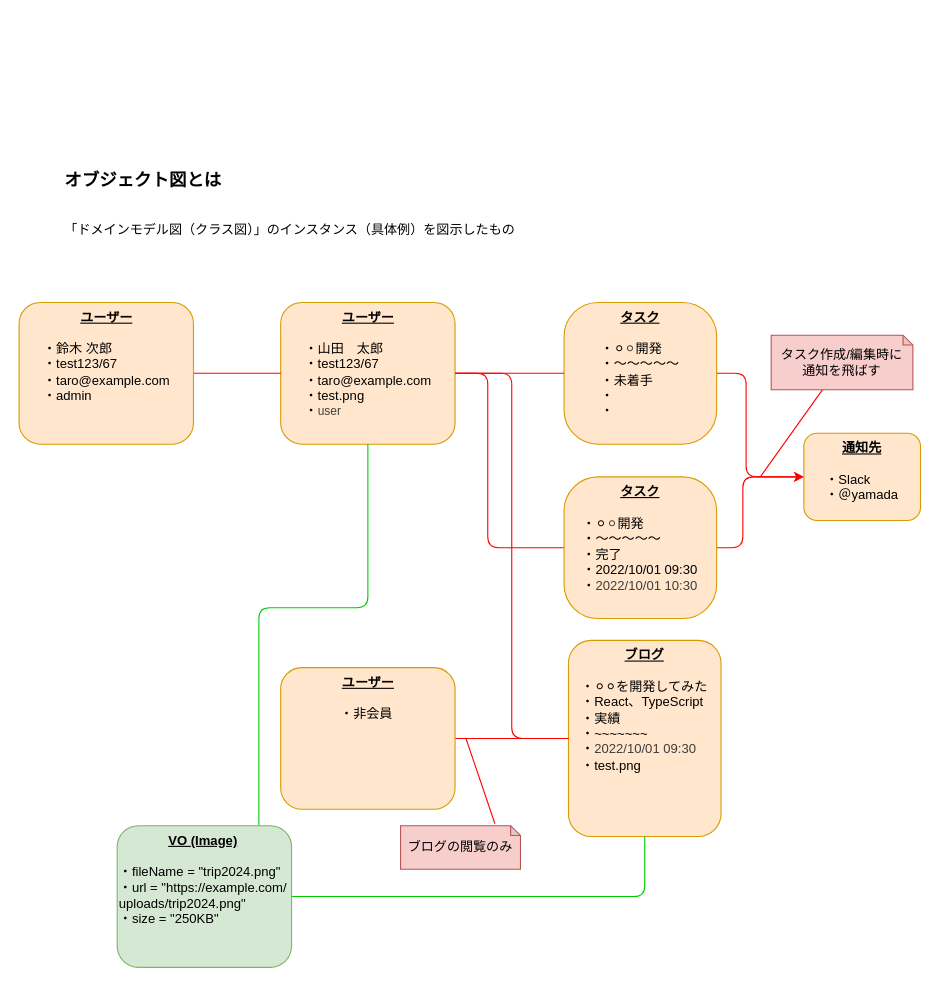
The draw.io diagram docs/オブジェクト図.drawio in nomin-sasabuchi/express-next-rest-api, before the edit. Source tidied: cells renumbered, new cells numbered last; positions are measured from the earlier drawing's top-left corner, leaving out a move shared by most shapes. Both pictures are drawn from the tidied source at 109%, with x=0, y=0 at pixel (19, 160).
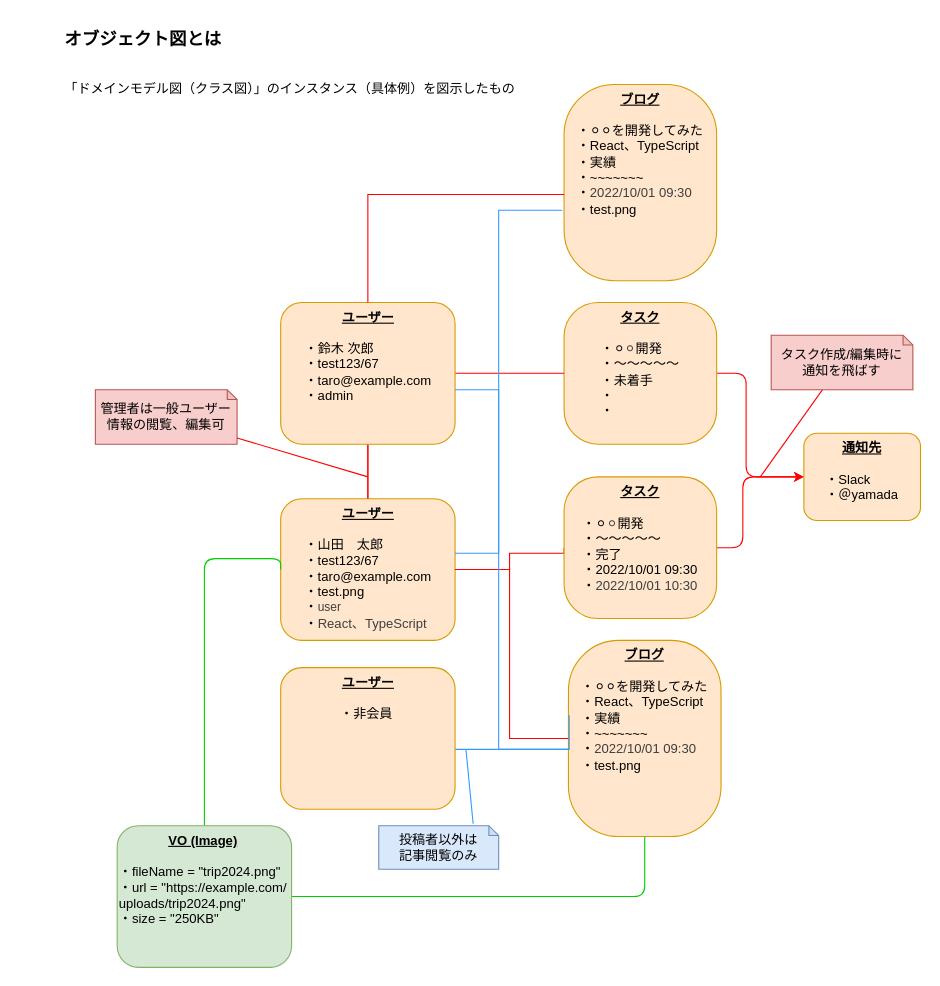
Above is the later version.

Unchanged cells that the change refers to:
```xml
<mxCell id="6" value="&lt;div style=&quot;&quot;&gt;&lt;b&gt;&lt;u&gt;タスク&lt;/u&gt;&lt;/b&gt;&lt;/div&gt;&lt;div&gt;&lt;b&gt;&lt;u&gt;&lt;br&gt;&lt;/u&gt;&lt;/b&gt;&lt;/div&gt;&lt;div style=&quot;text-align: left;&quot;&gt;・⚪︎&lt;span style=&quot;color: rgb(63, 63, 63); background-color: transparent;&quot;&gt;⚪︎&lt;/span&gt;&lt;span style=&quot;background-color: transparent;&quot;&gt;開発&lt;/span&gt;&lt;/div&gt;&lt;div style=&quot;text-align: left;&quot;&gt;・〜〜〜〜〜&lt;br&gt;・未着手&lt;br&gt;・&lt;br&gt;・&lt;/div&gt;" style="rounded=1;whiteSpace=wrap;html=1;verticalAlign=top;align=center;fillColor=#ffe6cc;strokeColor=#d79b00;labelBackgroundColor=none;arcSize=24;" parent="1" vertex="1">
  <mxGeometry x="500" y="130" width="140" height="130" as="geometry" />
</mxCell>
<mxCell id="11" value="&lt;div style=&quot;&quot;&gt;&lt;b&gt;&lt;u&gt;タスク&lt;/u&gt;&lt;/b&gt;&lt;/div&gt;&lt;div&gt;&lt;b&gt;&lt;u&gt;&lt;br&gt;&lt;/u&gt;&lt;/b&gt;&lt;/div&gt;&lt;div style=&quot;text-align: left;&quot;&gt;・⚪︎&lt;span style=&quot;color: rgb(63, 63, 63); background-color: transparent;&quot;&gt;⚪︎&lt;/span&gt;&lt;span style=&quot;background-color: transparent;&quot;&gt;開発&lt;/span&gt;&lt;/div&gt;&lt;div style=&quot;text-align: left;&quot;&gt;・〜〜〜〜〜&lt;br&gt;・完了&lt;br&gt;・2022/10/01 09:30&lt;br&gt;・&lt;span style=&quot;color: rgb(63, 63, 63); background-color: transparent;&quot;&gt;2022/10/01 10:30&lt;/span&gt;&lt;/div&gt;&lt;div&gt;&lt;div&gt;&lt;u&gt;&lt;b&gt;&lt;br&gt;&lt;/b&gt;&lt;/u&gt;&lt;/div&gt;&lt;/div&gt;" style="rounded=1;whiteSpace=wrap;html=1;verticalAlign=top;align=center;fillColor=#ffe6cc;strokeColor=#d79b00;labelBackgroundColor=none;arcSize=24;" parent="1" vertex="1">
  <mxGeometry x="500" y="290" width="140" height="130" as="geometry" />
</mxCell>
<mxCell id="15" value="&lt;div style=&quot;text-align: center;&quot;&gt;&lt;u style=&quot;background-color: transparent;&quot;&gt;&lt;b&gt;VO (Image)&lt;/b&gt;&lt;/u&gt;&lt;/div&gt;&lt;div style=&quot;text-align: center;&quot;&gt;&lt;b&gt;&lt;u&gt;&lt;br&gt;&lt;/u&gt;&lt;/b&gt;&lt;/div&gt;&lt;div style=&quot;&quot;&gt;・&lt;span style=&quot;background-color: transparent;&quot;&gt;fileName = &quot;trip2024.png&quot;&lt;/span&gt;&lt;/div&gt;&lt;div style=&quot;&quot;&gt;&lt;span style=&quot;background-color: transparent;&quot;&gt;・url = &quot;https://example.com/&lt;/span&gt;&lt;/div&gt;&lt;div style=&quot;&quot;&gt;&lt;span style=&quot;background-color: transparent;&quot;&gt;uploads/trip2024.png&quot;&lt;/span&gt;&lt;/div&gt;&lt;div style=&quot;&quot;&gt;・size = &quot;250KB&quot;&lt;/div&gt;" style="rounded=1;html=1;verticalAlign=top;align=left;fillColor=#d5e8d4;strokeColor=#82b366;horizontal=1;" parent="1" vertex="1">
  <mxGeometry x="90" y="610" width="160" height="130" as="geometry" />
</mxCell>
<mxCell id="19" value="&lt;div style=&quot;&quot;&gt;&lt;u style=&quot;background-color: transparent;&quot;&gt;&lt;b&gt;ユーザー&lt;/b&gt;&lt;/u&gt;&lt;/div&gt;&lt;div&gt;&lt;b&gt;&lt;u&gt;&lt;br&gt;&lt;/u&gt;&lt;/b&gt;&lt;/div&gt;&lt;div style=&quot;text-align: left;&quot;&gt;・非会員&lt;span style=&quot;font-size: 11px; text-wrap-mode: wrap; background-color: transparent;&quot;&gt;&amp;nbsp;&lt;/span&gt;&lt;/div&gt;&lt;div style=&quot;text-align: left;&quot;&gt;&lt;br&gt;&lt;/div&gt;&lt;div&gt;&lt;div&gt;&lt;u&gt;&lt;b&gt;&lt;br&gt;&lt;/b&gt;&lt;/u&gt;&lt;/div&gt;&lt;div&gt;&lt;u&gt;&lt;b&gt;&lt;br&gt;&lt;/b&gt;&lt;/u&gt;&lt;/div&gt;&lt;/div&gt;" style="rounded=1;html=1;verticalAlign=top;align=center;fillColor=#ffe6cc;strokeColor=#d79b00;" parent="1" vertex="1">
  <mxGeometry x="240" y="465" width="160" height="130" as="geometry" />
</mxCell>
```

What changed in the source:
```diff
@@
     <mxCell id="2" value="&lt;font style=&quot;font-size: 16px;&quot;&gt;&lt;b&gt;オブジェクト図とは&lt;/b&gt;&lt;/font&gt;&lt;div&gt;&lt;br&gt;&lt;br&gt;&lt;div&gt;「ドメインモデル図（クラス図）」のインスタンス（具体例）を図示したもの&lt;/div&gt;&lt;/div&gt;" style="text;html=1;align=left;verticalAlign=middle;strokeColor=none;fillColor=none;labelBorderColor=none;" parent="1" vertex="1">
-      <mxGeometry x="40" width="430" height="80" as="geometry" />
+      <mxGeometry x="40" y="-130" width="430" height="80" as="geometry" />
     </mxCell>
-    <mxCell id="3" style="edgeStyle=none;shape=connector;rounded=1;html=1;entryX=0;entryY=0.5;entryDx=0;entryDy=0;strokeColor=#FF0000;align=center;verticalAlign=middle;fontFamily=Helvetica;fontSize=11;fontColor=#FF0000;labelBackgroundColor=default;endArrow=none;endFill=0;" parent="1" edge="1" source="4" target="11">
+    <mxCell id="3" style="edgeStyle=orthogonalEdgeStyle;shape=connector;curved=0;rounded=0;html=1;entryX=0;entryY=0.5;entryDx=0;entryDy=0;strokeColor=#FF0000;align=center;verticalAlign=middle;fontFamily=Helvetica;fontSize=11;fontColor=#FF0000;labelBackgroundColor=default;endArrow=none;endFill=0;" parent="1" edge="1" source="4" target="11">
       <mxGeometry relative="1" as="geometry">
         <Array as="points">
-          <mxPoint x="430" y="195" />
-          <mxPoint x="430" y="355" />
+          <mxPoint x="450" y="375" />
+          <mxPoint x="450" y="360" />
+          <mxPoint x="500" y="360" />
         </Array>
       </mxGeometry>
     </mxCell>
+    <mxCell id="24" style="edgeStyle=orthogonalEdgeStyle;shape=connector;curved=0;rounded=0;html=1;strokeColor=#FF0000;align=center;verticalAlign=middle;fontFamily=Helvetica;fontSize=11;fontColor=#FF0000;labelBackgroundColor=default;endArrow=none;endFill=0;" parent="1" edge="1" source="4" target="17">
+      <mxGeometry relative="1" as="geometry" />
+    </mxCell>
-    <mxCell id="4" value="&lt;div style=&quot;&quot;&gt;&lt;u style=&quot;background-color: transparent;&quot;&gt;&lt;b&gt;ユーザー&lt;/b&gt;&lt;/u&gt;&lt;/div&gt;&lt;div&gt;&lt;b&gt;&lt;u&gt;&lt;br&gt;&lt;/u&gt;&lt;/b&gt;&lt;/div&gt;&lt;div style=&quot;text-align: left;&quot;&gt;・山田　太郎&lt;/div&gt;&lt;div style=&quot;text-align: left;&quot;&gt;・test123/67&lt;br&gt;・taro@example.com&lt;br&gt;・test.png&lt;/div&gt;&lt;div style=&quot;text-align: left;&quot;&gt;・&lt;span style=&quot;color: rgb(63, 63, 63); font-size: 11px; text-wrap-mode: wrap;&quot;&gt;user&amp;nbsp;&lt;/span&gt;&lt;br&gt;&lt;br&gt;&lt;/div&gt;&lt;div&gt;&lt;div&gt;&lt;u&gt;&lt;b&gt;&lt;br&gt;&lt;/b&gt;&lt;/u&gt;&lt;/div&gt;&lt;div&gt;&lt;u&gt;&lt;b&gt;&lt;br&gt;&lt;/b&gt;&lt;/u&gt;&lt;/div&gt;&lt;/div&gt;" style="rounded=1;html=1;verticalAlign=top;align=center;fillColor=#ffe6cc;strokeColor=#d79b00;" parent="1" vertex="1">
-      <mxGeometry x="240" y="130" width="160" height="130" as="geometry" />
+    <mxCell id="4" value="&lt;div style=&quot;&quot;&gt;&lt;u style=&quot;background-color: transparent;&quot;&gt;&lt;b&gt;ユーザー&lt;/b&gt;&lt;/u&gt;&lt;/div&gt;&lt;div&gt;&lt;b&gt;&lt;u&gt;&lt;br&gt;&lt;/u&gt;&lt;/b&gt;&lt;/div&gt;&lt;div style=&quot;text-align: left;&quot;&gt;・山田　太郎&lt;/div&gt;&lt;div style=&quot;text-align: left;&quot;&gt;・test123/67&lt;br&gt;・taro@example.com&lt;br&gt;・test.png&lt;/div&gt;&lt;div style=&quot;text-align: left;&quot;&gt;・&lt;span style=&quot;color: rgb(63, 63, 63); font-size: 11px; text-wrap-mode: wrap;&quot;&gt;user&amp;nbsp;&lt;br&gt;&lt;/span&gt;・&lt;span style=&quot;color: rgb(63, 63, 63); text-wrap-mode: wrap;&quot;&gt;React、TypeScript&lt;/span&gt;&lt;br&gt;&lt;br&gt;&lt;/div&gt;&lt;div&gt;&lt;div&gt;&lt;u&gt;&lt;b&gt;&lt;br&gt;&lt;/b&gt;&lt;/u&gt;&lt;/div&gt;&lt;div&gt;&lt;u&gt;&lt;b&gt;&lt;br&gt;&lt;/b&gt;&lt;/u&gt;&lt;/div&gt;&lt;/div&gt;" style="rounded=1;html=1;verticalAlign=top;align=center;fillColor=#ffe6cc;strokeColor=#d79b00;" parent="1" vertex="1">
+      <mxGeometry x="240" y="310" width="160" height="130" as="geometry" />
     </mxCell>
@@
-    <mxCell id="7" value="&lt;div style=&quot;&quot;&gt;&lt;b&gt;&lt;u&gt;ブログ&lt;/u&gt;&lt;/b&gt;&lt;/div&gt;&lt;div&gt;&lt;br&gt;&lt;/div&gt;&lt;div&gt;&lt;div style=&quot;text-align: left;&quot;&gt;・⚪︎⚪︎を開発してみた&lt;br&gt;・React、TypeScript&lt;br&gt;・実績&lt;br&gt;・~~~~~~~&lt;br&gt;・&lt;span style=&quot;color: rgb(63, 63, 63); background-color: transparent;&quot;&gt;2022/10/01 09:30&lt;/span&gt;&lt;/div&gt;&lt;/div&gt;&lt;div style=&quot;text-align: left;&quot;&gt;・test.png&lt;/div&gt;" style="rounded=1;whiteSpace=wrap;html=1;verticalAlign=top;align=center;fillColor=#ffe6cc;strokeColor=#d79b00;textShadow=0;" parent="1" vertex="1">
+    <mxCell id="7" value="&lt;div style=&quot;&quot;&gt;&lt;b&gt;&lt;u&gt;ブログ&lt;/u&gt;&lt;/b&gt;&lt;/div&gt;&lt;div&gt;&lt;br&gt;&lt;/div&gt;&lt;div&gt;&lt;div style=&quot;text-align: left;&quot;&gt;・⚪︎⚪︎を開発してみた&lt;br&gt;・React、TypeScript&lt;br&gt;・実績&lt;br&gt;・~~~~~~~&lt;br&gt;・&lt;span style=&quot;color: rgb(63, 63, 63); background-color: transparent;&quot;&gt;2022/10/01 09:30&lt;/span&gt;&lt;/div&gt;&lt;/div&gt;&lt;div style=&quot;text-align: left;&quot;&gt;・test.png&lt;/div&gt;" style="rounded=1;whiteSpace=wrap;html=1;verticalAlign=top;align=center;fillColor=#ffe6cc;strokeColor=#d79b00;textShadow=0;arcSize=33;" parent="1" vertex="1">
       <mxGeometry x="504" y="440" width="140" height="180" as="geometry" />
     </mxCell>
@@
-    <mxCell id="9" style="edgeStyle=none;html=1;fontColor=#FF0000;endArrow=none;endFill=0;strokeColor=#FF0000;" parent="1" edge="1" source="4" target="6">
-      <mxGeometry relative="1" as="geometry" />
-    </mxCell>
@@
-    <mxCell id="12" style="edgeStyle=orthogonalEdgeStyle;shape=connector;rounded=1;html=1;entryX=0;entryY=0.5;entryDx=0;entryDy=0;strokeColor=#FF0000;align=center;verticalAlign=middle;fontFamily=Helvetica;fontSize=11;fontColor=#FF0000;labelBackgroundColor=default;endArrow=none;endFill=0;" parent="1" edge="1" source="4" target="7">
-      <mxGeometry relative="1" as="geometry" />
+    <mxCell id="12" style="edgeStyle=orthogonalEdgeStyle;shape=connector;rounded=0;html=1;entryX=0;entryY=0.5;entryDx=0;entryDy=0;strokeColor=#FF0000;align=center;verticalAlign=middle;fontFamily=Helvetica;fontSize=11;fontColor=#FF0000;labelBackgroundColor=default;endArrow=none;endFill=0;curved=0;" parent="1" edge="1" source="4" target="7">
+      <mxGeometry relative="1" as="geometry">
+        <Array as="points">
+          <mxPoint x="450" y="375" />
+          <mxPoint x="450" y="530" />
+        </Array>
+      </mxGeometry>
     </mxCell>
@@
-    <mxCell id="14" style="edgeStyle=orthogonalEdgeStyle;shape=connector;rounded=1;html=1;entryX=0.5;entryY=1;entryDx=0;entryDy=0;strokeColor=#00CC00;align=center;verticalAlign=middle;fontFamily=Helvetica;fontSize=11;fontColor=#FF0000;labelBackgroundColor=default;endArrow=none;endFill=0;" parent="1" edge="1" source="15" target="4">
+    <mxCell id="14" style="edgeStyle=orthogonalEdgeStyle;shape=connector;rounded=1;html=1;entryX=0;entryY=0.5;entryDx=0;entryDy=0;strokeColor=#00CC00;align=center;verticalAlign=middle;fontFamily=Helvetica;fontSize=11;fontColor=#FF0000;labelBackgroundColor=default;endArrow=none;endFill=0;" parent="1" edge="1" source="15" target="4">
       <mxGeometry relative="1" as="geometry">
         <Array as="points">
-          <mxPoint x="220" y="410" />
-          <mxPoint x="320" y="410" />
+          <mxPoint x="170" y="365" />
         </Array>
       </mxGeometry>
     </mxCell>
@@
+    <mxCell id="25" style="edgeStyle=none;html=1;endArrow=none;endFill=0;strokeColor=#FF0000;" parent="1" edge="1" source="17" target="6">
+      <mxGeometry relative="1" as="geometry" />
+    </mxCell>
     <mxCell id="17" value="&lt;div style=&quot;&quot;&gt;&lt;u style=&quot;background-color: transparent;&quot;&gt;&lt;b&gt;ユーザー&lt;/b&gt;&lt;/u&gt;&lt;/div&gt;&lt;div&gt;&lt;b&gt;&lt;u&gt;&lt;br&gt;&lt;/u&gt;&lt;/b&gt;&lt;/div&gt;&lt;div style=&quot;text-align: left;&quot;&gt;・&lt;span style=&quot;background-color: transparent; text-align: center;&quot;&gt;鈴木 次郎&lt;/span&gt;&lt;/div&gt;&lt;div style=&quot;text-align: left;&quot;&gt;・test123/67&lt;br&gt;・taro@example.com&lt;/div&gt;&lt;div style=&quot;text-align: left;&quot;&gt;・admin&lt;br&gt;&lt;br&gt;&lt;/div&gt;&lt;div&gt;&lt;div&gt;&lt;u&gt;&lt;b&gt;&lt;br&gt;&lt;/b&gt;&lt;/u&gt;&lt;/div&gt;&lt;div&gt;&lt;u&gt;&lt;b&gt;&lt;br&gt;&lt;/b&gt;&lt;/u&gt;&lt;/div&gt;&lt;/div&gt;" style="rounded=1;html=1;verticalAlign=top;align=center;fillColor=#ffe6cc;strokeColor=#d79b00;" parent="1" vertex="1">
-      <mxGeometry y="130" width="160" height="130" as="geometry" />
+      <mxGeometry x="240" y="130" width="160" height="130" as="geometry" />
     </mxCell>
-    <mxCell id="18" style="edgeStyle=orthogonalEdgeStyle;shape=connector;rounded=1;html=1;entryX=0;entryY=0.5;entryDx=0;entryDy=0;strokeColor=#FF0000;align=center;verticalAlign=middle;fontFamily=Helvetica;fontSize=11;fontColor=#FF0000;labelBackgroundColor=default;endArrow=none;endFill=0;" parent="1" edge="1" source="19" target="7">
-      <mxGeometry relative="1" as="geometry" />
+    <mxCell id="18" style="edgeStyle=orthogonalEdgeStyle;shape=connector;rounded=1;html=1;strokeColor=#3399FF;align=center;verticalAlign=middle;fontFamily=Helvetica;fontSize=11;fontColor=#FF0000;labelBackgroundColor=default;endArrow=none;endFill=0;" parent="1" edge="1" source="19">
+      <mxGeometry relative="1" as="geometry">
+        <mxPoint x="504" y="540" as="targetPoint" />
+        <Array as="points">
+          <mxPoint x="504" y="540" />
+        </Array>
+      </mxGeometry>
     </mxCell>
@@
-    <mxCell id="22" style="rounded=1;html=1;strokeColor=#FF0000;align=center;verticalAlign=middle;fontFamily=Helvetica;fontSize=11;fontColor=#FF0000;labelBackgroundColor=default;endArrow=none;endFill=0;exitX=0.787;exitY=-0.044;exitDx=0;exitDy=0;exitPerimeter=0;" parent="1" edge="1" source="23">
+    <mxCell id="22" style="rounded=1;html=1;strokeColor=#3399FF;align=center;verticalAlign=middle;fontFamily=Helvetica;fontSize=11;fontColor=#FF0000;labelBackgroundColor=default;endArrow=none;endFill=0;exitX=0.787;exitY=-0.044;exitDx=0;exitDy=0;exitPerimeter=0;" parent="1" edge="1" source="23">
       <mxGeometry relative="1" as="geometry">
-        <mxPoint x="410" y="530" as="targetPoint" />
+        <mxPoint x="410" y="540" as="targetPoint" />
       </mxGeometry>
     </mxCell>
-    <mxCell id="23" value="ブログの閲覧のみ" style="shape=note;whiteSpace=wrap;html=1;backgroundOutline=1;darkOpacity=0.05;fontFamily=Helvetica;fontSize=12;labelBackgroundColor=none;fillColor=#f8cecc;strokeColor=#b85450;size=9;" parent="1" vertex="1">
-      <mxGeometry x="350" y="610" width="110" height="40" as="geometry" />
+    <mxCell id="23" value="投稿者以外は&lt;br&gt;記事閲覧のみ" style="shape=note;whiteSpace=wrap;html=1;backgroundOutline=1;darkOpacity=0.05;fontFamily=Helvetica;fontSize=12;labelBackgroundColor=none;fillColor=#dae8fc;strokeColor=#6c8ebf;size=9;" parent="1" vertex="1">
+      <mxGeometry x="330" y="610" width="110" height="40" as="geometry" />
     </mxCell>
+    <mxCell id="26" value="&lt;div style=&quot;&quot;&gt;&lt;b&gt;&lt;u&gt;ブログ&lt;/u&gt;&lt;/b&gt;&lt;/div&gt;&lt;div&gt;&lt;br&gt;&lt;/div&gt;&lt;div&gt;&lt;div style=&quot;text-align: left;&quot;&gt;・⚪︎⚪︎を開発してみた&lt;br&gt;・React、TypeScript&lt;br&gt;・実績&lt;br&gt;・~~~~~~~&lt;br&gt;・&lt;span style=&quot;color: rgb(63, 63, 63); background-color: transparent;&quot;&gt;2022/10/01 09:30&lt;/span&gt;&lt;/div&gt;&lt;/div&gt;&lt;div style=&quot;text-align: left;&quot;&gt;・test.png&lt;/div&gt;" style="rounded=1;whiteSpace=wrap;html=1;verticalAlign=top;align=center;fillColor=#ffe6cc;strokeColor=#d79b00;textShadow=0;arcSize=33;" parent="1" vertex="1">
+      <mxGeometry x="500" y="-70" width="140" height="180" as="geometry" />
+    </mxCell>
+    <mxCell id="27" style="edgeStyle=orthogonalEdgeStyle;shape=connector;curved=0;rounded=0;html=1;entryX=0;entryY=0.561;entryDx=0;entryDy=0;entryPerimeter=0;strokeColor=#FF0000;align=center;verticalAlign=middle;fontFamily=Helvetica;fontSize=11;fontColor=#FF0000;labelBackgroundColor=default;endArrow=none;endFill=0;" parent="1" edge="1" source="17" target="26">
+      <mxGeometry relative="1" as="geometry">
+        <Array as="points">
+          <mxPoint x="320" y="31" />
+        </Array>
+      </mxGeometry>
+    </mxCell>
+    <mxCell id="28" style="edgeStyle=orthogonalEdgeStyle;shape=connector;curved=0;rounded=0;html=1;entryX=0.005;entryY=0.382;entryDx=0;entryDy=0;entryPerimeter=0;strokeColor=#3399FF;align=center;verticalAlign=middle;fontFamily=Helvetica;fontSize=11;fontColor=#FF0000;labelBackgroundColor=default;endArrow=none;endFill=0;" parent="1" edge="1" source="17" target="7">
+      <mxGeometry relative="1" as="geometry">
+        <Array as="points">
+          <mxPoint x="440" y="210" />
+          <mxPoint x="440" y="540" />
+          <mxPoint x="505" y="540" />
+        </Array>
+      </mxGeometry>
+    </mxCell>
+    <mxCell id="29" style="edgeStyle=orthogonalEdgeStyle;shape=connector;curved=0;rounded=0;html=1;entryX=-0.012;entryY=0.641;entryDx=0;entryDy=0;entryPerimeter=0;strokeColor=#3399FF;align=center;verticalAlign=middle;fontFamily=Helvetica;fontSize=11;fontColor=#FF0000;labelBackgroundColor=default;endArrow=none;endFill=0;" parent="1" edge="1" source="4" target="26">
+      <mxGeometry relative="1" as="geometry">
+        <Array as="points">
+          <mxPoint x="440" y="360" />
+          <mxPoint x="440" y="45" />
+        </Array>
+      </mxGeometry>
+    </mxCell>
+    <mxCell id="30" value="管理者は一般ユーザー情報の閲覧、編集可" style="shape=note;whiteSpace=wrap;html=1;backgroundOutline=1;darkOpacity=0.05;fontFamily=Helvetica;fontSize=12;labelBackgroundColor=none;fillColor=#f8cecc;strokeColor=#b85450;size=9;" parent="1" vertex="1">
+      <mxGeometry x="70" y="210" width="130" height="50" as="geometry" />
+    </mxCell>
+    <mxCell id="31" style="shape=connector;rounded=0;html=1;strokeColor=#FF0000;align=center;verticalAlign=middle;fontFamily=Helvetica;fontSize=11;fontColor=#FF0000;labelBackgroundColor=default;endArrow=none;endFill=0;" parent="1" edge="1" source="30">
+      <mxGeometry relative="1" as="geometry">
+        <mxPoint x="320" y="290" as="targetPoint" />
+      </mxGeometry>
+    </mxCell>
```
